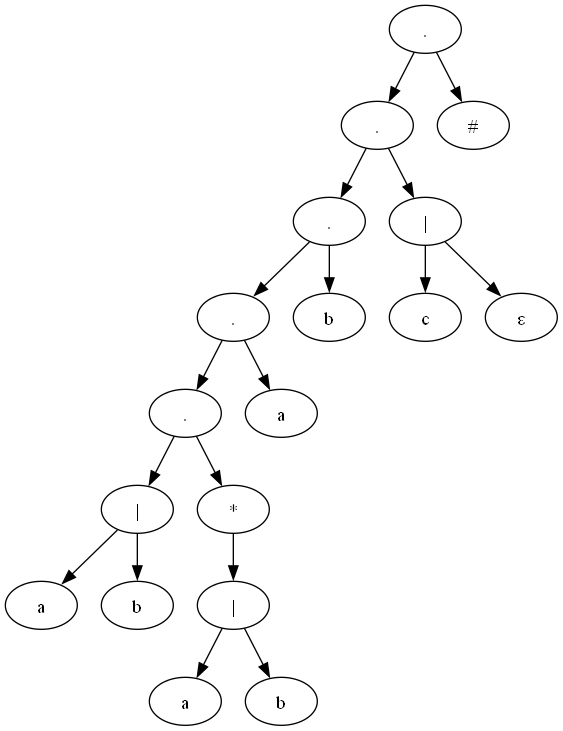
This is TreeImage/Tree10.gv.png from Gerax5/COM-LB1, a Graphviz export, as it was before one commit. Its source is kept beside it as TreeImage/Tree10.gv.
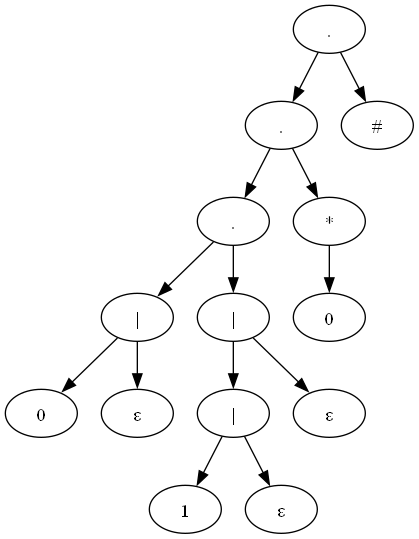
After the commit.

Change to the diagram source:
```diff
@@ -2,36 +2,28 @@
 	A0 [label="."]
 	A1 [label="."]
 	A2 [label="."]
-	A3 [label="."]
-	A4 [label="."]
-	A5 [label="|"]
-	A6 [label=a]
-	A7 [label=b]
-	A8 [label="*"]
-	A9 [label="|"]
-	A10 [label=a]
-	A11 [label=b]
-	A12 [label=a]
-	A13 [label=b]
-	A14 [label="|"]
-	A15 [label=c]
-	A16 [label="ε"]
-	A17 [label="#"]
-	A5 -> A6
-	A5 -> A7
-	A4 -> A5
-	A9 -> A10
-	A9 -> A11
-	A8 -> A9
-	A4 -> A8
+	A3 [label="|"]
+	A4 [label=0]
+	A5 [label="ε"]
+	A6 [label="|"]
+	A7 [label="|"]
+	A8 [label=1]
+	A9 [label="ε"]
+	A10 [label="ε"]
+	A11 [label="*"]
+	A12 [label=0]
+	A13 [label="#"]
 	A3 -> A4
-	A3 -> A12
+	A3 -> A5
 	A2 -> A3
-	A2 -> A13
+	A7 -> A8
+	A7 -> A9
+	A6 -> A7
+	A6 -> A10
+	A2 -> A6
 	A1 -> A2
-	A14 -> A15
-	A14 -> A16
-	A1 -> A14
+	A11 -> A12
+	A1 -> A11
 	A0 -> A1
-	A0 -> A17
+	A0 -> A13
 }
```
